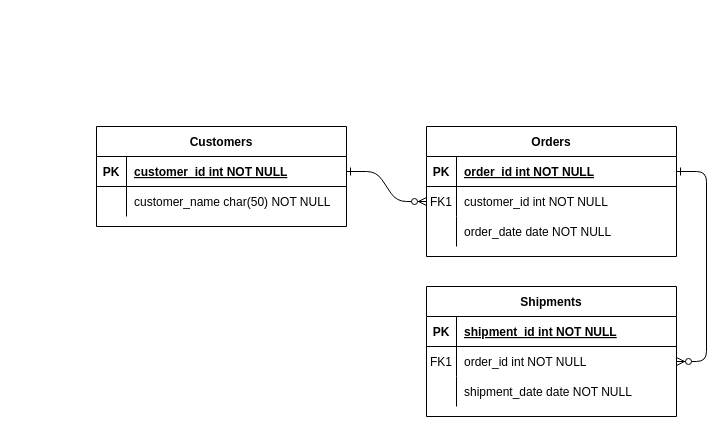
linanouur/potato_disease_classification_DLmodels keeps this draw.io diagram as Diagramme sans nom.drawio. Above is the earlier version. Source tidied: cells renumbered, new cells numbered last; positions are measured from the earlier drawing's top-left corner, leaving out a move shared by most shapes. Both pictures are drawn from the tidied source at 100%, with x=0, y=0 at pixel (96, 126).
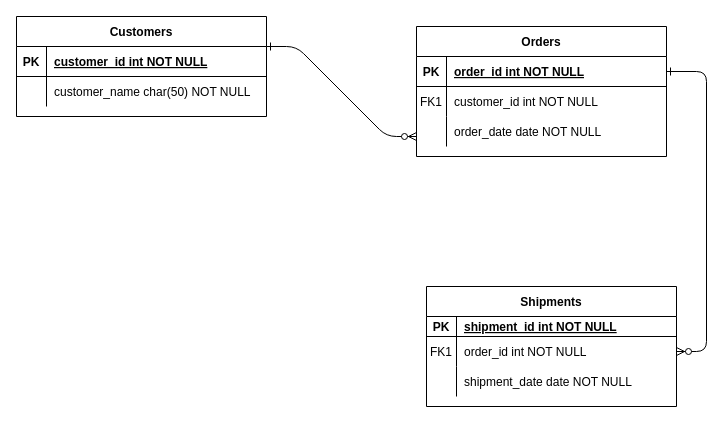
After the change.

Commit message:
Mettre à jour Diagramme sans nom.drawio

Unchanged cells that the change refers to:
```xml
<mxCell id="8" style="shape=partialRectangle;fillColor=none;points=[[0,0.5],[1,0.5]];portConstraint=eastwest;top=0;left=0;right=0;bottom=0;" parent="4" vertex="1">
  <mxGeometry y="60" width="250" height="30" as="geometry" />
</mxCell>
<mxCell id="25" style="shape=partialRectangle;fillColor=none;points=[[0,0.5],[1,0.5]];portConstraint=eastwest;top=0;left=0;right=0;bottom=1;" parent="24" vertex="1">
  <mxGeometry y="30" width="250" height="30" as="geometry" />
</mxCell>
```

Change to the diagram source:
```diff
@@
-    <mxCell id="2" style="edgeStyle=entityRelationEdgeStyle;endArrow=ERzeroToMany;startArrow=ERone;endFill=1;startFill=0;" parent="1" edge="1" source="25" target="8">
-      <mxGeometry relative="1" as="geometry" />
+    <mxCell id="2" style="edgeStyle=entityRelationEdgeStyle;endArrow=ERzeroToMany;startArrow=ERone;endFill=1;startFill=0;" parent="1" edge="1">
+      <mxGeometry relative="1" as="geometry">
+        <mxPoint x="170" y="-80" as="sourcePoint" />
+        <mxPoint x="320" y="10" as="targetPoint" />
+      </mxGeometry>
     </mxCell>
@@
     <mxCell id="4" value="Orders" style="shape=table;startSize=30;childLayout=tableLayout;rowLines=0;fontStyle=1;align=center;" parent="1" vertex="1">
-      <mxGeometry x="330" width="250" height="130" as="geometry" />
+      <mxGeometry x="320" y="-100" width="250" height="130" as="geometry" />
     </mxCell>
@@
     <mxCell id="14" value="Shipments" style="shape=table;startSize=30;childLayout=tableLayout;rowLines=0;fontStyle=1;align=center;" parent="1" vertex="1">
-      <mxGeometry x="330" y="160" width="250" height="130" as="geometry" />
+      <mxGeometry x="330" y="160" width="250" height="120" as="geometry" />
     </mxCell>
     <mxCell id="15" style="shape=partialRectangle;fillColor=none;top=0;left=0;right=0;bottom=1;" parent="14" vertex="1">
-      <mxGeometry y="30" width="250" height="30" as="geometry" />
+      <mxGeometry y="30" width="250" height="20" as="geometry" />
     </mxCell>
     <mxCell id="16" value="PK" style="shape=partialRectangle;overflow=hidden;fillColor=none;top=0;left=0;bottom=0;right=0;fontStyle=1;" parent="15" vertex="1">
-      <mxGeometry width="30" height="30" as="geometry" />
+      <mxGeometry width="30" height="20" as="geometry" />
     </mxCell>
     <mxCell id="17" value="shipment_id int NOT NULL " style="shape=partialRectangle;overflow=hidden;fillColor=none;top=0;left=0;bottom=0;right=0;align=left;spacingLeft=6;fontStyle=5;" parent="15" vertex="1">
-      <mxGeometry x="30" width="220" height="30" as="geometry" />
+      <mxGeometry x="30" width="220" height="20" as="geometry" />
     </mxCell>
     <mxCell id="18" style="shape=partialRectangle;fillColor=none;points=[[0,0.5],[1,0.5]];portConstraint=eastwest;top=0;left=0;right=0;bottom=0;" parent="14" vertex="1">
-      <mxGeometry y="60" width="250" height="30" as="geometry" />
+      <mxGeometry y="50" width="250" height="30" as="geometry" />
     </mxCell>
@@
     <mxCell id="21" style="shape=partialRectangle;fillColor=none;top=0;left=0;right=0;bottom=0;" parent="14" vertex="1">
-      <mxGeometry y="90" width="250" height="30" as="geometry" />
+      <mxGeometry y="80" width="250" height="30" as="geometry" />
     </mxCell>
@@
     <mxCell id="24" value="Customers" style="shape=table;startSize=30;childLayout=tableLayout;rowLines=0;fontStyle=1;align=center;" parent="1" vertex="1">
-      <mxGeometry width="250" height="100" as="geometry" />
+      <mxGeometry x="-80" y="-110" width="250" height="100" as="geometry" />
     </mxCell>
```
